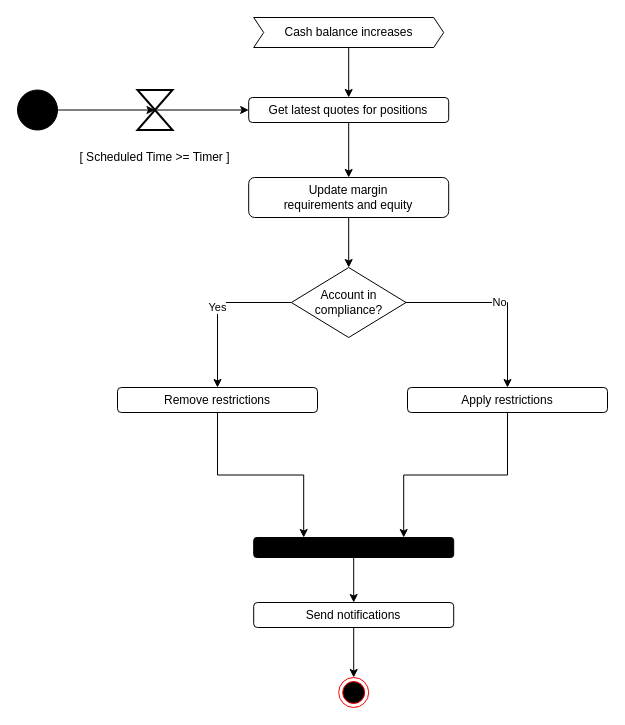
dgboulger/SpoofTraderMarket keeps this draw.io diagram as UC4:IncreaseCashBalance.drawio. Above is the earlier version. Source tidied: cells renumbered, new cells numbered last; positions are measured from the earlier drawing's top-left corner, leaving out a move shared by most shapes. Both pictures are drawn from the tidied source at 100%, with x=0, y=0 at pixel (17, 17).
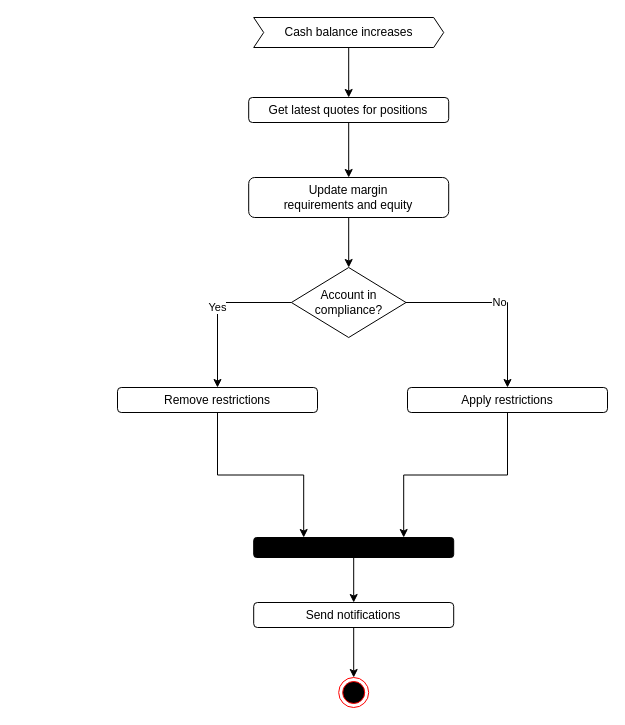
The same page after the edit.

Unchanged cells that the change refers to:
```xml
<mxCell id="12" value="Get latest quotes for positions" style="rounded=1;whiteSpace=wrap;html=1;fillColor=#FFFFFF;" parent="1" vertex="1">
  <mxGeometry x="231.2" y="80" width="200" height="25" as="geometry" />
</mxCell>
```

What changed in the source:
```diff
@@
-    <mxCell id="22" style="edgeStyle=orthogonalEdgeStyle;rounded=0;jettySize=auto;html=1;exitX=1;exitY=0.5;exitDx=0;exitDy=0;entryX=0.5;entryY=0.5;entryDx=0;entryDy=0;entryPerimeter=0;" parent="1" edge="1" source="23" target="25">
-      <mxGeometry relative="1" as="geometry" />
-    </mxCell>
-    <mxCell id="23" style="ellipse;whiteSpace=wrap;html=1;fillColor=#000000;" parent="1" vertex="1">
-      <mxGeometry y="72.5" width="40" height="40" as="geometry" />
-    </mxCell>
-    <mxCell id="24" style="edgeStyle=orthogonalEdgeStyle;rounded=0;jettySize=auto;html=1;exitX=0.5;exitY=0.5;exitDx=0;exitDy=0;exitPerimeter=0;entryX=0;entryY=0.5;entryDx=0;entryDy=0;" parent="1" edge="1" source="25" target="12">
-      <mxGeometry relative="1" as="geometry" />
-    </mxCell>
-    <mxCell id="25" style="html=1;shape=mxgraph.sysml.timeEvent;strokeWidth=2;verticalLabelPosition=bottom;verticalAlignment=top;" parent="1" vertex="1">
-      <mxGeometry x="120" y="72.5" width="35" height="40" as="geometry" />
-    </mxCell>
-    <mxCell id="26" value="[ Scheduled Time &amp;gt;= Timer ]" style="text;html=1;strokeColor=none;fillColor=none;align=center;verticalAlign=middle;whiteSpace=wrap;rounded=0;" parent="1" vertex="1">
-      <mxGeometry x="55" y="130" width="165" height="20" as="geometry" />
-    </mxCell>
```
